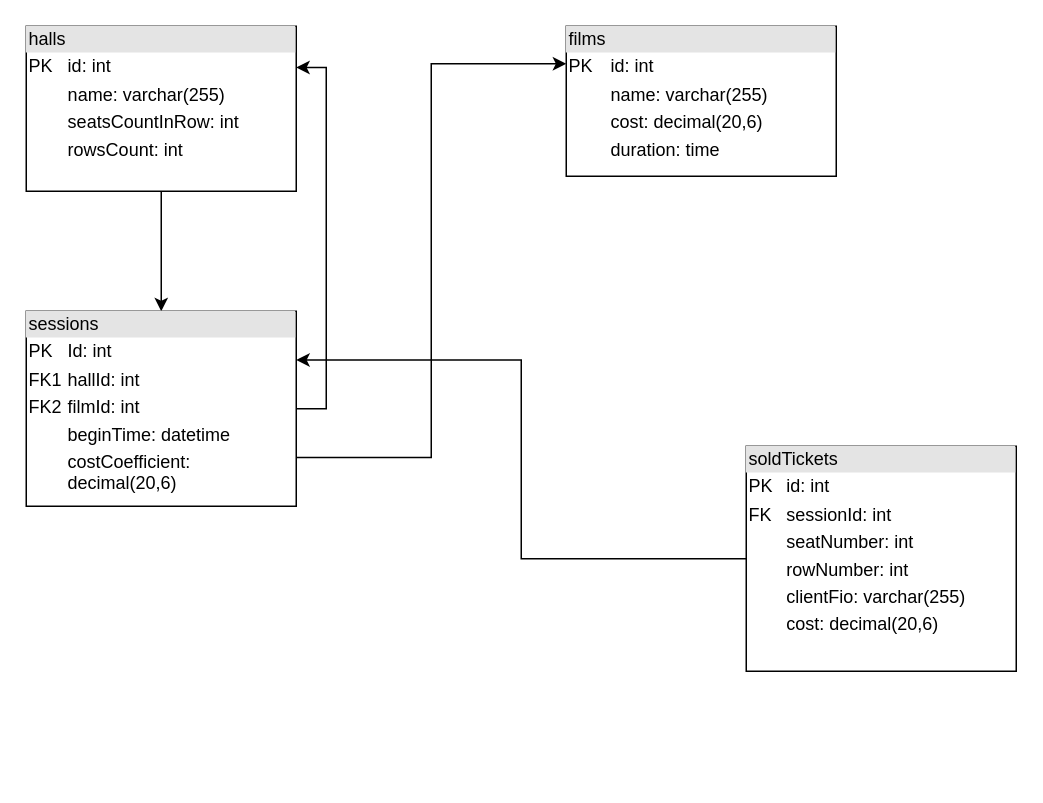
Before: cinema_database_uml_diagram.drawio in otusteamedu/PHP_2023, a draw.io diagram. Source tidied: cells renumbered, new cells numbered last; positions are measured from the earlier drawing's top-left corner, leaving out a move shared by most shapes. Both pictures are drawn from the tidied source at 150%, with x=0, y=0 at pixel (26, 26).
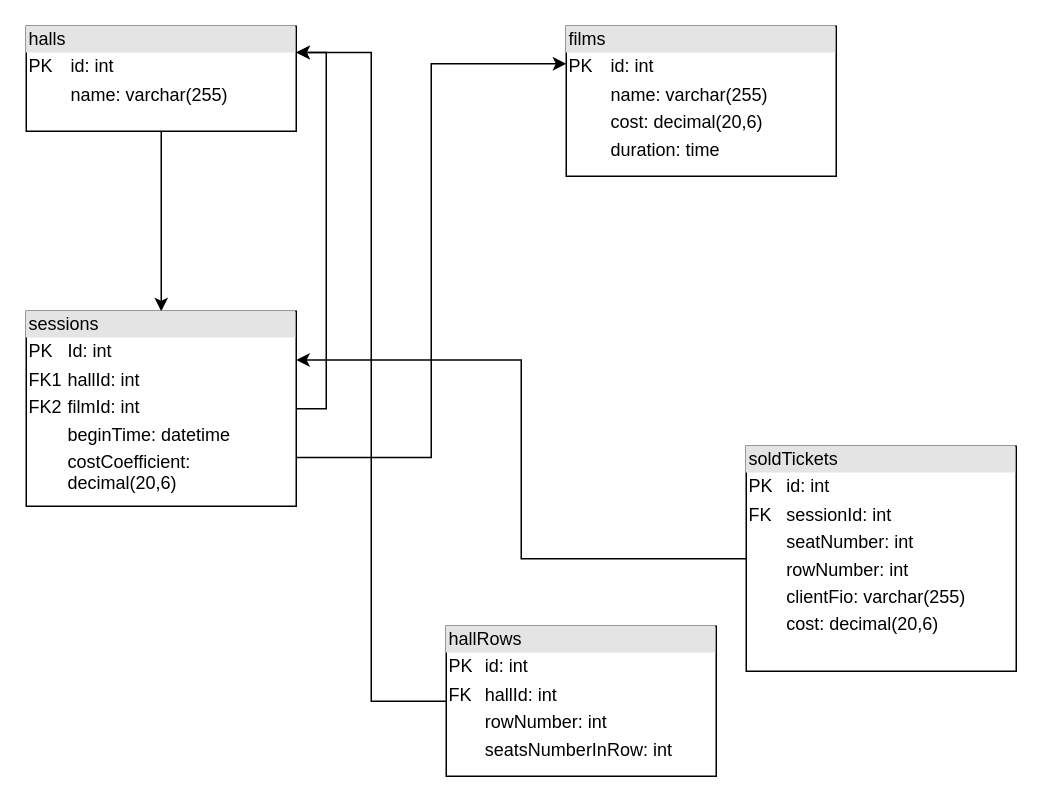
The same diagram, later.

Commit message (it also covers changes not shown here):
Исправлена схема БД: добавлена новая таблица со списком рядов для каждого зала

Diff of the diagram source:
```diff
@@
 <mxGraphModel>
   <root>
     <mxCell id="0" />
     <mxCell id="1" parent="0" />
     <mxCell id="2" style="edgeStyle=orthogonalEdgeStyle;rounded=0;jettySize=auto;html=1;" parent="1" edge="1" source="3" target="7">
       <mxGeometry relative="1" as="geometry" />
     </mxCell>
-    <mxCell id="3" value="&lt;div style=&quot;box-sizing:border-box;width:100%;background:#e4e4e4;padding:2px;&quot;&gt;halls&lt;/div&gt;&lt;table style=&quot;width:100%;font-size:1em;&quot; cellpadding=&quot;2&quot; cellspacing=&quot;0&quot;&gt;&lt;tbody&gt;&lt;tr&gt;&lt;td&gt;PK&lt;/td&gt;&lt;td&gt;id: int&lt;/td&gt;&lt;/tr&gt;&lt;tr&gt;&lt;td&gt;&lt;br&gt;&lt;/td&gt;&lt;td&gt;name: varchar(255)&lt;/td&gt;&lt;/tr&gt;&lt;tr&gt;&lt;td&gt;&lt;/td&gt;&lt;td&gt;seatsCountInRow: int&lt;/td&gt;&lt;/tr&gt;&lt;tr&gt;&lt;td&gt;&lt;br&gt;&lt;/td&gt;&lt;td&gt;rowsCount: int&lt;br&gt;&lt;/td&gt;&lt;/tr&gt;&lt;/tbody&gt;&lt;/table&gt;" style="verticalAlign=top;align=left;overflow=fill;html=1;whiteSpace=wrap;" parent="1" vertex="1">
-      <mxGeometry width="180" height="110" as="geometry" />
+    <mxCell id="3" value="&lt;div style=&quot;box-sizing:border-box;width:100%;background:#e4e4e4;padding:2px;&quot;&gt;halls&lt;/div&gt;&lt;table style=&quot;width:100%;font-size:1em;&quot; cellpadding=&quot;2&quot; cellspacing=&quot;0&quot;&gt;&lt;tbody&gt;&lt;tr&gt;&lt;td&gt;PK&lt;/td&gt;&lt;td&gt;id: int&lt;/td&gt;&lt;/tr&gt;&lt;tr&gt;&lt;td&gt;&lt;br&gt;&lt;/td&gt;&lt;td&gt;name: varchar(255)&lt;/td&gt;&lt;/tr&gt;&lt;tr&gt;&lt;td&gt;&lt;/td&gt;&lt;td&gt;&lt;br&gt;&lt;/td&gt;&lt;/tr&gt;&lt;tr&gt;&lt;td&gt;&lt;br&gt;&lt;/td&gt;&lt;td&gt;&lt;br&gt;&lt;/td&gt;&lt;/tr&gt;&lt;/tbody&gt;&lt;/table&gt;" style="verticalAlign=top;align=left;overflow=fill;html=1;whiteSpace=wrap;" parent="1" vertex="1">
+      <mxGeometry width="180" height="70" as="geometry" />
     </mxCell>
     <mxCell id="4" value="&lt;div style=&quot;box-sizing:border-box;width:100%;background:#e4e4e4;padding:2px;&quot;&gt;films&lt;/div&gt;&lt;table style=&quot;width:100%;font-size:1em;&quot; cellpadding=&quot;2&quot; cellspacing=&quot;0&quot;&gt;&lt;tbody&gt;&lt;tr&gt;&lt;td&gt;PK&lt;/td&gt;&lt;td&gt;id: int&lt;/td&gt;&lt;/tr&gt;&lt;tr&gt;&lt;td&gt;&lt;br&gt;&lt;/td&gt;&lt;td&gt;name: varchar(255)&lt;/td&gt;&lt;/tr&gt;&lt;tr&gt;&lt;td&gt;&lt;/td&gt;&lt;td&gt;cost: decimal(20,6)&lt;br&gt;&lt;/td&gt;&lt;/tr&gt;&lt;tr&gt;&lt;td&gt;&lt;br&gt;&lt;/td&gt;&lt;td&gt;duration: time&lt;/td&gt;&lt;/tr&gt;&lt;/tbody&gt;&lt;/table&gt;" style="verticalAlign=top;align=left;overflow=fill;html=1;whiteSpace=wrap;" parent="1" vertex="1">
       <mxGeometry x="360" width="180" height="100" as="geometry" />
     </mxCell>
     <mxCell id="5" style="edgeStyle=orthogonalEdgeStyle;rounded=0;jettySize=auto;html=1;exitX=1;exitY=0.5;exitDx=0;exitDy=0;entryX=1;entryY=0.25;entryDx=0;entryDy=0;" parent="1" edge="1" source="7" target="3">
       <mxGeometry relative="1" as="geometry" />
     </mxCell>
     <mxCell id="6" style="edgeStyle=orthogonalEdgeStyle;rounded=0;jettySize=auto;html=1;exitX=1;exitY=0.75;exitDx=0;exitDy=0;entryX=0;entryY=0.25;entryDx=0;entryDy=0;" parent="1" edge="1" source="7" target="4">
       <mxGeometry relative="1" as="geometry" />
     </mxCell>
     <mxCell id="7" value="&lt;div style=&quot;box-sizing:border-box;width:100%;background:#e4e4e4;padding:2px;&quot;&gt;sessions&lt;/div&gt;&lt;table style=&quot;width:100%;font-size:1em;&quot; cellpadding=&quot;2&quot; cellspacing=&quot;0&quot;&gt;&lt;tbody&gt;&lt;tr&gt;&lt;td&gt;PK&lt;/td&gt;&lt;td&gt;Id: int&lt;/td&gt;&lt;/tr&gt;&lt;tr&gt;&lt;td&gt;FK1&lt;/td&gt;&lt;td&gt;hallId: int&lt;/td&gt;&lt;/tr&gt;&lt;tr&gt;&lt;td&gt;FK2&lt;/td&gt;&lt;td&gt;filmId: int&lt;br&gt;&lt;/td&gt;&lt;/tr&gt;&lt;tr&gt;&lt;td&gt;&lt;br&gt;&lt;/td&gt;&lt;td&gt;beginTime: datetime&lt;/td&gt;&lt;/tr&gt;&lt;tr&gt;&lt;td&gt;&lt;br&gt;&lt;/td&gt;&lt;td&gt;costCoefficient: decimal(20,6)&lt;/td&gt;&lt;/tr&gt;&lt;tr&gt;&lt;td&gt;&lt;br&gt;&lt;/td&gt;&lt;td&gt;&lt;br&gt;&lt;/td&gt;&lt;/tr&gt;&lt;tr&gt;&lt;td&gt;&lt;br&gt;&lt;/td&gt;&lt;td&gt;&lt;br&gt;&lt;/td&gt;&lt;/tr&gt;&lt;/tbody&gt;&lt;/table&gt;" style="verticalAlign=top;align=left;overflow=fill;html=1;whiteSpace=wrap;" parent="1" vertex="1">
       <mxGeometry y="190" width="180" height="130" as="geometry" />
     </mxCell>
     <mxCell id="8" style="edgeStyle=orthogonalEdgeStyle;rounded=0;jettySize=auto;html=1;exitX=0;exitY=0.5;exitDx=0;exitDy=0;entryX=1;entryY=0.25;entryDx=0;entryDy=0;" parent="1" edge="1" source="9" target="7">
       <mxGeometry relative="1" as="geometry" />
     </mxCell>
     <mxCell id="9" value="&lt;div style=&quot;box-sizing:border-box;width:100%;background:#e4e4e4;padding:2px;&quot;&gt;soldTickets&lt;/div&gt;&lt;table style=&quot;width:100%;font-size:1em;&quot; cellpadding=&quot;2&quot; cellspacing=&quot;0&quot;&gt;&lt;tbody&gt;&lt;tr&gt;&lt;td&gt;PK&lt;/td&gt;&lt;td&gt;id: int&lt;/td&gt;&lt;/tr&gt;&lt;tr&gt;&lt;td&gt;FK&lt;/td&gt;&lt;td&gt;sessionId: int&lt;/td&gt;&lt;/tr&gt;&lt;tr&gt;&lt;td&gt;&lt;/td&gt;&lt;td&gt;seatNumber: int&lt;br&gt;&lt;/td&gt;&lt;/tr&gt;&lt;tr&gt;&lt;td&gt;&lt;br&gt;&lt;/td&gt;&lt;td&gt;rowNumber: int&lt;/td&gt;&lt;/tr&gt;&lt;tr&gt;&lt;td&gt;&lt;br&gt;&lt;/td&gt;&lt;td&gt;clientFio: varchar(255)&lt;br&gt;&lt;/td&gt;&lt;/tr&gt;&lt;tr&gt;&lt;td&gt;&lt;br&gt;&lt;/td&gt;&lt;td&gt;cost:&amp;nbsp;decimal(20,6)&lt;/td&gt;&lt;/tr&gt;&lt;/tbody&gt;&lt;/table&gt;" style="verticalAlign=top;align=left;overflow=fill;html=1;whiteSpace=wrap;" parent="1" vertex="1">
       <mxGeometry x="480" y="280" width="180" height="150" as="geometry" />
     </mxCell>
+    <mxCell id="10" style="edgeStyle=orthogonalEdgeStyle;rounded=0;jettySize=auto;html=1;exitX=0;exitY=0.5;exitDx=0;exitDy=0;entryX=1;entryY=0.25;entryDx=0;entryDy=0;" parent="1" edge="1" source="11" target="3">
+      <mxGeometry relative="1" as="geometry" />
+    </mxCell>
+    <mxCell id="11" value="&lt;div style=&quot;box-sizing:border-box;width:100%;background:#e4e4e4;padding:2px;&quot;&gt;hallRows&lt;/div&gt;&lt;table style=&quot;width:100%;font-size:1em;&quot; cellpadding=&quot;2&quot; cellspacing=&quot;0&quot;&gt;&lt;tbody&gt;&lt;tr&gt;&lt;td&gt;PK&lt;/td&gt;&lt;td&gt;id: int&lt;/td&gt;&lt;/tr&gt;&lt;tr&gt;&lt;td&gt;FK&lt;/td&gt;&lt;td&gt;hallId: int&lt;br&gt;&lt;/td&gt;&lt;/tr&gt;&lt;tr&gt;&lt;td&gt;&lt;/td&gt;&lt;td&gt;rowNumber: int&lt;/td&gt;&lt;/tr&gt;&lt;tr&gt;&lt;td&gt;&lt;br&gt;&lt;/td&gt;&lt;td&gt;seatsNumberInRow: int&lt;br&gt;&lt;/td&gt;&lt;/tr&gt;&lt;/tbody&gt;&lt;/table&gt;" style="verticalAlign=top;align=left;overflow=fill;html=1;whiteSpace=wrap;" parent="1" vertex="1">
+      <mxGeometry x="280" y="400" width="180" height="100" as="geometry" />
+    </mxCell>
   </root>
 </mxGraphModel>
```
